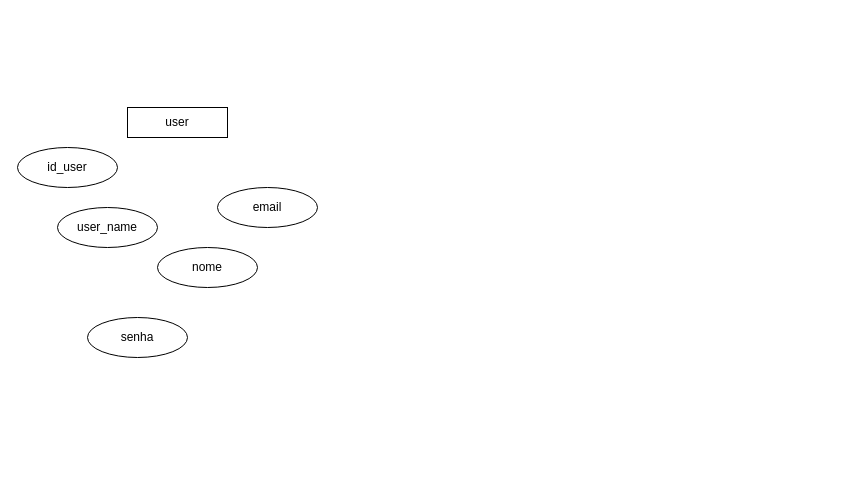
Before: docs/mer-der.drawio in c-alvares/FORUM, a draw.io diagram. Source tidied: cells renumbered, new cells numbered last; positions are measured from the earlier drawing's top-left corner, leaving out a move shared by most shapes. Both pictures are drawn from the tidied source at 100%, with x=0, y=0 at pixel (17, 107).
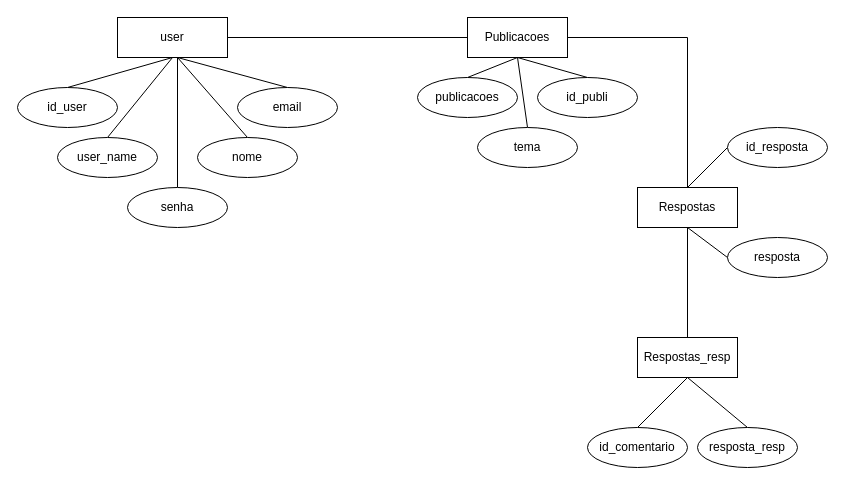
After the change.

Change to the diagram source:
```diff
@@
-<mxGraphModel>
+<mxGraphModel background="#ffffff">
@@
+    <mxCell id="8" style="rounded=0;jettySize=auto;html=1;exitX=0.5;exitY=0;exitDx=0;exitDy=0;entryX=0.5;entryY=1;entryDx=0;entryDy=0;endArrow=none;endFill=0;" parent="1" edge="1" source="2" target="3">
+      <mxGeometry relative="1" as="geometry" />
+    </mxCell>
     <mxCell id="2" value="id_user" style="ellipse;whiteSpace=wrap;html=1;align=center;" parent="1" vertex="1">
-      <mxGeometry y="40" width="100" height="40" as="geometry" />
+      <mxGeometry y="-20" width="100" height="40" as="geometry" />
     </mxCell>
+    <mxCell id="9" style="edgeStyle=none;rounded=0;jettySize=auto;html=1;exitX=1;exitY=0.5;exitDx=0;exitDy=0;entryX=0;entryY=0.5;entryDx=0;entryDy=0;endArrow=none;endFill=0;" parent="1" edge="1" source="3" target="15">
+      <mxGeometry relative="1" as="geometry" />
+    </mxCell>
     <mxCell id="3" value="user" style="whiteSpace=wrap;html=1;align=center;" parent="1" vertex="1">
-      <mxGeometry x="110" width="100" height="30" as="geometry" />
+      <mxGeometry x="100" y="-90" width="110" height="40" as="geometry" />
     </mxCell>
+    <mxCell id="10" style="edgeStyle=none;rounded=0;jettySize=auto;html=1;exitX=0.5;exitY=0;exitDx=0;exitDy=0;endArrow=none;endFill=0;" parent="1" edge="1" source="4">
+      <mxGeometry relative="1" as="geometry">
+        <mxPoint x="160" y="-50" as="targetPoint" />
+      </mxGeometry>
+    </mxCell>
     <mxCell id="4" value="nome" style="ellipse;whiteSpace=wrap;html=1;align=center;" parent="1" vertex="1">
-      <mxGeometry x="140" y="140" width="100" height="40" as="geometry" />
+      <mxGeometry x="180" y="30" width="100" height="40" as="geometry" />
     </mxCell>
+    <mxCell id="11" style="edgeStyle=none;rounded=0;jettySize=auto;html=1;exitX=0.5;exitY=0;exitDx=0;exitDy=0;endArrow=none;endFill=0;" parent="1" edge="1" source="5">
+      <mxGeometry relative="1" as="geometry">
+        <mxPoint x="160" y="-50" as="targetPoint" />
+      </mxGeometry>
+    </mxCell>
     <mxCell id="5" value="email&lt;br&gt;" style="ellipse;whiteSpace=wrap;html=1;align=center;" parent="1" vertex="1">
-      <mxGeometry x="200" y="80" width="100" height="40" as="geometry" />
+      <mxGeometry x="220" y="-20" width="100" height="40" as="geometry" />
     </mxCell>
+    <mxCell id="12" style="edgeStyle=none;rounded=0;jettySize=auto;html=1;exitX=0.5;exitY=0;exitDx=0;exitDy=0;endArrow=none;endFill=0;" parent="1" edge="1" source="6">
+      <mxGeometry relative="1" as="geometry">
+        <mxPoint x="160" y="-50" as="targetPoint" />
+      </mxGeometry>
+    </mxCell>
     <mxCell id="6" value="senha" style="ellipse;whiteSpace=wrap;html=1;align=center;" parent="1" vertex="1">
-      <mxGeometry x="70" y="210" width="100" height="40" as="geometry" />
+      <mxGeometry x="110" y="80" width="100" height="40" as="geometry" />
     </mxCell>
+    <mxCell id="13" style="edgeStyle=none;rounded=0;jettySize=auto;html=1;exitX=0.5;exitY=0;exitDx=0;exitDy=0;entryX=0.5;entryY=1;entryDx=0;entryDy=0;endArrow=none;endFill=0;" parent="1" edge="1" source="7" target="3">
+      <mxGeometry relative="1" as="geometry" />
+    </mxCell>
     <mxCell id="7" value="user_name" style="ellipse;whiteSpace=wrap;html=1;align=center;" parent="1" vertex="1">
-      <mxGeometry x="40" y="100" width="100" height="40" as="geometry" />
+      <mxGeometry x="40" y="30" width="100" height="40" as="geometry" />
     </mxCell>
+    <mxCell id="14" style="edgeStyle=orthogonalEdgeStyle;rounded=0;jettySize=auto;html=1;exitX=1;exitY=0.5;exitDx=0;exitDy=0;entryX=0.5;entryY=0;entryDx=0;entryDy=0;endArrow=none;endFill=0;" parent="1" edge="1" source="15" target="23">
+      <mxGeometry relative="1" as="geometry" />
+    </mxCell>
+    <mxCell id="15" value="Publicacoes" style="whiteSpace=wrap;html=1;align=center;" parent="1" vertex="1">
+      <mxGeometry x="450" y="-90" width="100" height="40" as="geometry" />
+    </mxCell>
+    <mxCell id="16" style="edgeStyle=none;rounded=0;jettySize=auto;html=1;exitX=0.5;exitY=0;exitDx=0;exitDy=0;entryX=0.5;entryY=1;entryDx=0;entryDy=0;endArrow=none;endFill=0;" parent="1" edge="1" source="17" target="15">
+      <mxGeometry relative="1" as="geometry" />
+    </mxCell>
+    <mxCell id="17" value="publicacoes" style="ellipse;whiteSpace=wrap;html=1;align=center;" parent="1" vertex="1">
+      <mxGeometry x="400" y="-30" width="100" height="40" as="geometry" />
+    </mxCell>
+    <mxCell id="18" style="edgeStyle=none;rounded=0;jettySize=auto;html=1;exitX=0.5;exitY=0;exitDx=0;exitDy=0;entryX=0.5;entryY=1;entryDx=0;entryDy=0;endArrow=none;endFill=0;" parent="1" edge="1" source="19" target="15">
+      <mxGeometry relative="1" as="geometry" />
+    </mxCell>
+    <mxCell id="19" value="id_publi" style="ellipse;whiteSpace=wrap;html=1;align=center;" parent="1" vertex="1">
+      <mxGeometry x="520" y="-30" width="100" height="40" as="geometry" />
+    </mxCell>
+    <mxCell id="20" style="edgeStyle=none;rounded=0;jettySize=auto;html=1;exitX=0.5;exitY=0;exitDx=0;exitDy=0;endArrow=none;endFill=0;" parent="1" edge="1" source="21">
+      <mxGeometry relative="1" as="geometry">
+        <mxPoint x="500" y="-50" as="targetPoint" />
+      </mxGeometry>
+    </mxCell>
+    <mxCell id="21" value="tema" style="ellipse;whiteSpace=wrap;html=1;align=center;" parent="1" vertex="1">
+      <mxGeometry x="460" y="20" width="100" height="40" as="geometry" />
+    </mxCell>
+    <mxCell id="22" style="edgeStyle=orthogonalEdgeStyle;rounded=0;jettySize=auto;html=1;exitX=0.5;exitY=1;exitDx=0;exitDy=0;entryX=0.5;entryY=0;entryDx=0;entryDy=0;endArrow=none;endFill=0;" parent="1" edge="1" source="23" target="28">
+      <mxGeometry relative="1" as="geometry" />
+    </mxCell>
+    <mxCell id="23" value="Respostas&lt;br&gt;" style="whiteSpace=wrap;html=1;align=center;" parent="1" vertex="1">
+      <mxGeometry x="620" y="80" width="100" height="40" as="geometry" />
+    </mxCell>
+    <mxCell id="24" style="edgeStyle=none;rounded=0;jettySize=auto;html=1;exitX=0;exitY=0.5;exitDx=0;exitDy=0;entryX=0.5;entryY=1;entryDx=0;entryDy=0;endArrow=none;endFill=0;" parent="1" edge="1" source="25" target="23">
+      <mxGeometry relative="1" as="geometry" />
+    </mxCell>
+    <mxCell id="25" value="resposta" style="ellipse;whiteSpace=wrap;html=1;align=center;" parent="1" vertex="1">
+      <mxGeometry x="710" y="130" width="100" height="40" as="geometry" />
+    </mxCell>
+    <mxCell id="26" style="edgeStyle=none;rounded=0;jettySize=auto;html=1;exitX=0;exitY=0.5;exitDx=0;exitDy=0;entryX=0.5;entryY=0;entryDx=0;entryDy=0;endArrow=none;endFill=0;" parent="1" edge="1" source="27" target="23">
+      <mxGeometry relative="1" as="geometry" />
+    </mxCell>
+    <mxCell id="27" value="id_resposta" style="ellipse;whiteSpace=wrap;html=1;align=center;" parent="1" vertex="1">
+      <mxGeometry x="710" y="20" width="100" height="40" as="geometry" />
+    </mxCell>
+    <mxCell id="28" value="Respostas_resp" style="whiteSpace=wrap;html=1;align=center;" parent="1" vertex="1">
+      <mxGeometry x="620" y="230" width="100" height="40" as="geometry" />
+    </mxCell>
+    <mxCell id="29" style="edgeStyle=none;rounded=0;jettySize=auto;html=1;exitX=0.5;exitY=0;exitDx=0;exitDy=0;entryX=0.5;entryY=1;entryDx=0;entryDy=0;endArrow=none;endFill=0;" parent="1" edge="1" source="30" target="28">
+      <mxGeometry relative="1" as="geometry" />
+    </mxCell>
+    <mxCell id="30" value="id_comentario" style="ellipse;whiteSpace=wrap;html=1;align=center;" parent="1" vertex="1">
+      <mxGeometry x="570" y="320" width="100" height="40" as="geometry" />
+    </mxCell>
+    <mxCell id="31" style="edgeStyle=none;rounded=0;jettySize=auto;html=1;exitX=0.5;exitY=0;exitDx=0;exitDy=0;entryX=0.5;entryY=1;entryDx=0;entryDy=0;endArrow=none;endFill=0;" parent="1" edge="1" source="32" target="28">
+      <mxGeometry relative="1" as="geometry" />
+    </mxCell>
+    <mxCell id="32" value="resposta_resp" style="ellipse;whiteSpace=wrap;html=1;align=center;" parent="1" vertex="1">
+      <mxGeometry x="680" y="320" width="100" height="40" as="geometry" />
+    </mxCell>
```
